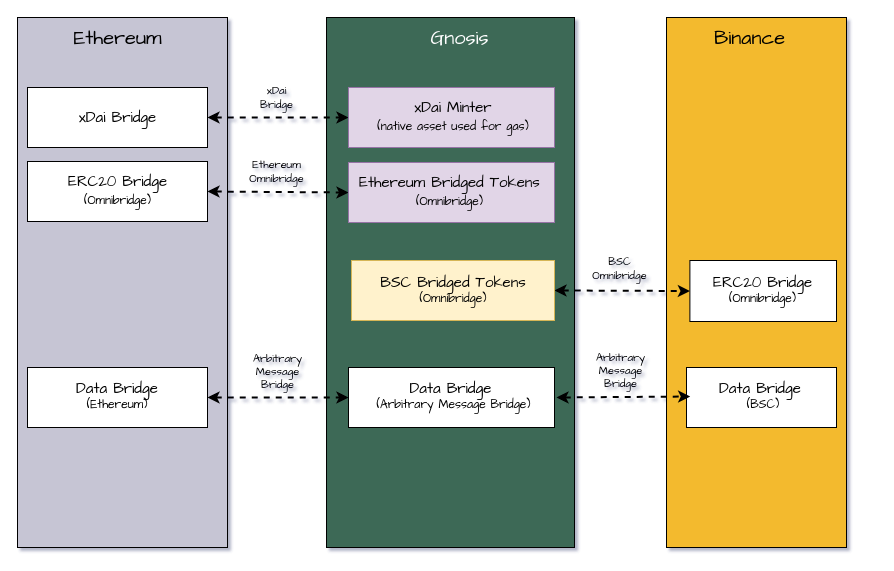
This is docs/bridges/diagrams/bridge-overview.drawio from gnosischain/documentation, a draw.io file, before an edit. Source tidied: cells renumbered, new cells numbered last; positions are measured from the earlier drawing's top-left corner, leaving out a move shared by most shapes. Both pictures are drawn from the tidied source at 100%, with x=0, y=0 at pixel (17, 17).
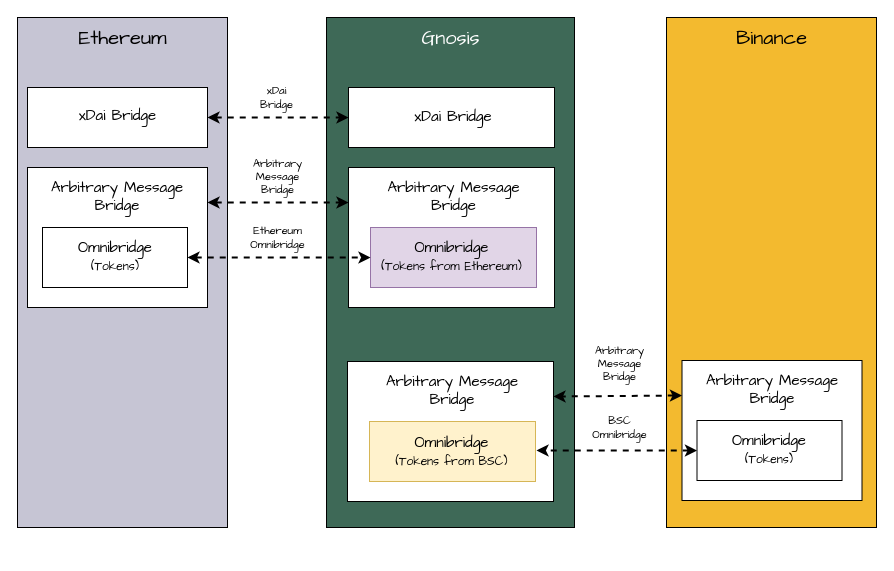
Above is the later version.

What changed in the source:
```diff
@@
-<mxGraphModel background="#ffffff" shadow="1">
+<mxGraphModel background="#ffffff">
@@
     <mxCell id="2" style="rounded=0;whiteSpace=wrap;html=1;fontFamily=Comic Sans MS;labelBackgroundColor=#3E6957;fillColor=#3e6957;" parent="1" vertex="1">
-      <mxGeometry x="309" width="248" height="530" as="geometry" />
+      <mxGeometry x="309" width="248" height="510" as="geometry" />
     </mxCell>
+    <mxCell id="30" style="group;fillColor=#fff2cc;strokeColor=#d6b656;" parent="1" vertex="1">
+      <mxGeometry x="331" y="150" width="206" height="140" as="geometry" />
+    </mxCell>
+    <mxCell id="31" style="rounded=0;whiteSpace=wrap;html=1;fontFamily=Comic Sans MS;" parent="30" vertex="1">
+      <mxGeometry width="206" height="140" as="geometry" />
+    </mxCell>
+    <mxCell id="32" value="&lt;span style=&quot;font-size: 15px&quot;&gt;Arbitrary Message &lt;br&gt;Bridge&lt;/span&gt;" style="text;html=1;strokeColor=none;fillColor=none;align=center;verticalAlign=middle;whiteSpace=wrap;rounded=0;fontFamily=Comic Sans MS;" parent="30" vertex="1">
+      <mxGeometry x="5" y="-6" width="201" height="70" as="geometry" />
+    </mxCell>
     <mxCell id="3" style="rounded=0;whiteSpace=wrap;html=1;fontFamily=Comic Sans MS;fontColor=none;noLabel=1;labelBackgroundColor=none;fillColor=#c6c5d4;" parent="1" vertex="1">
-      <mxGeometry width="210" height="530" as="geometry" />
+      <mxGeometry width="210" height="510" as="geometry" />
     </mxCell>
     <mxCell id="4" value="Ethereum" style="text;html=1;strokeColor=none;fillColor=none;align=center;verticalAlign=middle;whiteSpace=wrap;rounded=0;fontFamily=Comic Sans MS;fontSize=20;" parent="1" vertex="1">
-      <mxGeometry x="32.5" width="135" height="40" as="geometry" />
+      <mxGeometry x="37.5" width="135" height="40" as="geometry" />
     </mxCell>
     <mxCell id="5" value="Gnosis" style="text;html=1;strokeColor=none;fillColor=none;align=center;verticalAlign=middle;whiteSpace=wrap;rounded=0;fontFamily=Comic Sans MS;fontSize=20;fontColor=#FFFFFF;" parent="1" vertex="1">
-      <mxGeometry x="374.5" width="135" height="40" as="geometry" />
+      <mxGeometry x="365.5" width="135" height="40" as="geometry" />
     </mxCell>
     <mxCell id="6" style="rounded=0;whiteSpace=wrap;html=1;fontFamily=Comic Sans MS;labelBackgroundColor=#3E6957;fillColor=#F3BA2F;" parent="1" vertex="1">
-      <mxGeometry x="649" width="180" height="530" as="geometry" />
+      <mxGeometry x="649" width="210" height="510" as="geometry" />
     </mxCell>
     <mxCell id="7" value="&lt;font color=&quot;#000000&quot;&gt;Binance&lt;/font&gt;" style="text;html=1;strokeColor=none;fillColor=none;align=center;verticalAlign=middle;whiteSpace=wrap;rounded=0;fontFamily=Comic Sans MS;fontSize=20;fontColor=#FFFFFF;" parent="1" vertex="1">
-      <mxGeometry x="664.5" width="135" height="40" as="geometry" />
+      <mxGeometry x="686.5" width="135" height="40" as="geometry" />
     </mxCell>
-    <mxCell id="8" value="Arbitrary&lt;br&gt;Message&lt;br&gt;Bridge" style="endArrow=classic;startArrow=classic;html=1;fontFamily=Comic Sans MS;entryX=0;entryY=0.5;entryDx=0;entryDy=0;exitX=1;exitY=0.5;exitDx=0;exitDy=0;dashed=1;strokeWidth=2;labelBackgroundColor=none;" parent="1" edge="1" source="18" target="31">
+    <mxCell id="8" value="Arbitrary&lt;br&gt;Message&lt;br&gt;Bridge" style="endArrow=classic;startArrow=classic;html=1;fontFamily=Comic Sans MS;entryX=0;entryY=0.25;entryDx=0;entryDy=0;exitX=1;exitY=0.25;exitDx=0;exitDy=0;dashed=1;strokeWidth=2;labelBackgroundColor=none;" parent="1" edge="1" source="18" target="31">
       <mxGeometry x="-0.01" y="26" relative="1" as="geometry" />
     </mxCell>
-    <mxCell id="9" value="Ethereum&lt;br&gt;Omnibridge" style="endArrow=classic;startArrow=classic;html=1;fontFamily=Comic Sans MS;entryX=0;entryY=0.5;entryDx=0;entryDy=0;exitX=1;exitY=0.5;exitDx=0;exitDy=0;dashed=1;strokeWidth=2;labelBackgroundColor=none;" parent="1" edge="1" source="15" target="24">
-      <mxGeometry x="-0.02" y="20" relative="1" as="geometry" />
-    </mxCell>
@@
     <mxCell id="11" style="group;" parent="1" vertex="1">
-      <mxGeometry x="10" y="70" width="180" height="60" as="geometry" />
+      <mxGeometry x="10" y="70" width="180" height="70" as="geometry" />
     </mxCell>
@@
     <mxCell id="13" value="xDai Bridge" style="text;html=1;strokeColor=none;fillColor=none;align=center;verticalAlign=middle;whiteSpace=wrap;rounded=0;fontFamily=Comic Sans MS;fontSize=15;" parent="11" vertex="1">
-      <mxGeometry x="10.6" y="15" width="158.8" height="30" as="geometry" />
+      <mxGeometry x="10.6" y="13" width="158.8" height="30" as="geometry" />
     </mxCell>
+    <mxCell id="17" style="group;verticalAlign=top;horizontal=1;" parent="1" vertex="1">
+      <mxGeometry x="10" y="150" width="180" height="140" as="geometry" />
+    </mxCell>
+    <mxCell id="18" style="rounded=0;whiteSpace=wrap;html=1;fontFamily=Comic Sans MS;" parent="17" vertex="1">
+      <mxGeometry width="180" height="140" as="geometry" />
+    </mxCell>
+    <mxCell id="19" value="&lt;span style=&quot;font-size: 15px&quot;&gt;Arbitrary Message Bridge&lt;/span&gt;" style="text;html=1;strokeColor=none;fillColor=none;align=center;verticalAlign=middle;whiteSpace=wrap;rounded=0;fontFamily=Comic Sans MS;" parent="17" vertex="1">
+      <mxGeometry x="10" y="10" width="160" height="37.3" as="geometry" />
+    </mxCell>
-    <mxCell id="14" style="group;" parent="1" vertex="1">
-      <mxGeometry x="10" y="144" width="180" height="60" as="geometry" />
+    <mxCell id="14" style="group;" parent="17" vertex="1">
+      <mxGeometry x="15" y="60" width="145" height="60" as="geometry" />
     </mxCell>
     <mxCell id="15" style="rounded=0;whiteSpace=wrap;html=1;fontFamily=Comic Sans MS;" parent="14" vertex="1">
-      <mxGeometry width="180" height="60" as="geometry" />
+      <mxGeometry width="145" height="60" as="geometry" />
     </mxCell>
-    <mxCell id="16" value="ERC20 Bridge &lt;br&gt;&lt;font style=&quot;font-size: 12px&quot;&gt;(Omnibridge)&lt;/font&gt;" style="text;html=1;strokeColor=none;fillColor=none;align=center;verticalAlign=middle;whiteSpace=wrap;rounded=0;fontFamily=Comic Sans MS;fontSize=15;" parent="14" vertex="1">
-      <mxGeometry x="10.6" y="14" width="158.8" height="30" as="geometry" />
+    <mxCell id="16" value="Omnibridge&lt;br&gt;&lt;font style=&quot;font-size: 12px&quot;&gt;(Tokens)&lt;/font&gt;" style="text;html=1;strokeColor=none;fillColor=none;align=center;verticalAlign=middle;whiteSpace=wrap;rounded=0;fontFamily=Comic Sans MS;fontSize=15;" parent="14" vertex="1">
+      <mxGeometry x="8.5" y="14" width="127.9" height="30" as="geometry" />
     </mxCell>
-    <mxCell id="17" style="group;" parent="1" vertex="1">
-      <mxGeometry x="10" y="350" width="180" height="60" as="geometry" />
-    </mxCell>
-    <mxCell id="18" style="rounded=0;whiteSpace=wrap;html=1;fontFamily=Comic Sans MS;" parent="17" vertex="1">
-      <mxGeometry width="180" height="60" as="geometry" />
-    </mxCell>
-    <mxCell id="19" value="&lt;span style=&quot;font-size: 15px&quot;&gt;Data Bridge&lt;br&gt;&lt;/span&gt;(Ethereum)" style="text;html=1;strokeColor=none;fillColor=none;align=center;verticalAlign=middle;whiteSpace=wrap;rounded=0;fontFamily=Comic Sans MS;" parent="17" vertex="1">
-      <mxGeometry x="10" y="14" width="160" height="30" as="geometry" />
-    </mxCell>
-    <mxCell id="20" style="group;" parent="1" vertex="1">
+    <mxCell id="20" style="group;fillColor=#e1d5e7;strokeColor=#9673a6;" parent="1" vertex="1">
       <mxGeometry x="331" y="70" width="206" height="60" as="geometry" />
     </mxCell>
-    <mxCell id="21" style="rounded=0;whiteSpace=wrap;html=1;fontFamily=Comic Sans MS;fillColor=#e1d5e7;strokeColor=#9673a6;" parent="20" vertex="1">
+    <mxCell id="21" style="rounded=0;whiteSpace=wrap;html=1;fontFamily=Comic Sans MS;" parent="20" vertex="1">
       <mxGeometry width="206" height="60" as="geometry" />
     </mxCell>
-    <mxCell id="22" value="xDai Minter &lt;br&gt;&lt;font style=&quot;font-size: 12px&quot;&gt;(native asset used for gas)&lt;/font&gt;" style="text;html=1;strokeColor=none;fillColor=none;align=center;verticalAlign=middle;whiteSpace=wrap;rounded=0;fontFamily=Comic Sans MS;fontSize=15;" parent="20" vertex="1">
+    <mxCell id="22" value="xDai Bridge" style="text;html=1;strokeColor=none;fillColor=none;align=center;verticalAlign=middle;whiteSpace=wrap;rounded=0;fontFamily=Comic Sans MS;fontSize=15;" parent="20" vertex="1">
       <mxGeometry x="13.4" y="14" width="184.2" height="30" as="geometry" />
     </mxCell>
     <mxCell id="23" style="group;" parent="1" vertex="1">
-      <mxGeometry x="331" y="145" width="206" height="60" as="geometry" />
+      <mxGeometry x="353" y="210" width="166" height="60" as="geometry" />
     </mxCell>
     <mxCell id="24" style="rounded=0;whiteSpace=wrap;html=1;fontFamily=Comic Sans MS;fillColor=#e1d5e7;strokeColor=#9673a6;" parent="23" vertex="1">
-      <mxGeometry width="206" height="60" as="geometry" />
+      <mxGeometry width="166" height="60" as="geometry" />
     </mxCell>
-    <mxCell id="25" value="Ethereum Bridged Tokens&lt;br&gt;&lt;font style=&quot;font-size: 12px&quot;&gt;(Omnibridge)&lt;/font&gt;" style="text;html=1;strokeColor=none;fillColor=none;align=center;verticalAlign=middle;whiteSpace=wrap;rounded=0;fontFamily=Comic Sans MS;fontSize=15;" parent="23" vertex="1">
-      <mxGeometry x="5" y="14" width="192.6" height="30" as="geometry" />
+    <mxCell id="25" value="Omnibridge&lt;br&gt;&lt;font style=&quot;font-size: 12px&quot;&gt;(Tokens from Ethereum)&lt;/font&gt;" style="text;html=1;strokeColor=none;fillColor=none;align=center;verticalAlign=middle;whiteSpace=wrap;rounded=0;fontFamily=Comic Sans MS;fontSize=15;" parent="23" vertex="1">
+      <mxGeometry x="4" y="14" width="155.2" height="30" as="geometry" />
     </mxCell>
+    <mxCell id="9" value="Ethereum&lt;br&gt;Omnibridge" style="endArrow=classic;startArrow=classic;html=1;fontFamily=Comic Sans MS;entryX=0;entryY=0.5;entryDx=0;entryDy=0;exitX=1;exitY=0.5;exitDx=0;exitDy=0;dashed=1;strokeWidth=2;labelBackgroundColor=none;" parent="1" edge="1" source="15" target="24">
+      <mxGeometry x="-0.02" y="20" relative="1" as="geometry" />
+    </mxCell>
+    <mxCell id="40" style="group;fillColor=#fff2cc;strokeColor=#d6b656;" parent="1" vertex="1">
+      <mxGeometry x="330" y="344" width="206" height="140" as="geometry" />
+    </mxCell>
+    <mxCell id="41" style="rounded=0;whiteSpace=wrap;html=1;fontFamily=Comic Sans MS;" parent="40" vertex="1">
+      <mxGeometry width="206" height="140" as="geometry" />
+    </mxCell>
+    <mxCell id="42" value="&lt;span style=&quot;font-size: 15px&quot;&gt;Arbitrary Message &lt;br&gt;Bridge&lt;/span&gt;" style="text;html=1;strokeColor=none;fillColor=none;align=center;verticalAlign=middle;whiteSpace=wrap;rounded=0;fontFamily=Comic Sans MS;" parent="40" vertex="1">
+      <mxGeometry x="20" y="2" width="170" height="54" as="geometry" />
+    </mxCell>
+    <mxCell id="43" value="Arbitrary&lt;br&gt;Message&lt;br&gt;Bridge" style="endArrow=classic;startArrow=classic;html=1;fontFamily=Comic Sans MS;exitX=0;exitY=0.25;exitDx=0;exitDy=0;dashed=1;strokeWidth=2;labelBackgroundColor=none;entryX=1;entryY=0.25;entryDx=0;entryDy=0;" parent="1" edge="1" source="45" target="41">
+      <mxGeometry x="-0.03" y="-32" relative="1" as="geometry" />
+    </mxCell>
+    <mxCell id="44" style="group;verticalAlign=top;horizontal=1;" parent="1" vertex="1">
+      <mxGeometry x="664.5" y="343" width="180" height="140" as="geometry" />
+    </mxCell>
+    <mxCell id="45" style="rounded=0;whiteSpace=wrap;html=1;fontFamily=Comic Sans MS;" parent="44" vertex="1">
+      <mxGeometry width="180" height="140" as="geometry" />
+    </mxCell>
+    <mxCell id="46" value="&lt;span style=&quot;font-size: 15px&quot;&gt;Arbitrary Message Bridge&lt;/span&gt;" style="text;html=1;strokeColor=none;fillColor=none;align=center;verticalAlign=middle;whiteSpace=wrap;rounded=0;fontFamily=Comic Sans MS;" parent="44" vertex="1">
+      <mxGeometry x="10" y="10" width="160" height="37.3" as="geometry" />
+    </mxCell>
+    <mxCell id="47" style="group;" parent="44" vertex="1">
+      <mxGeometry x="15" y="60" width="145" height="60" as="geometry" />
+    </mxCell>
+    <mxCell id="48" style="rounded=0;whiteSpace=wrap;html=1;fontFamily=Comic Sans MS;" parent="47" vertex="1">
+      <mxGeometry width="145" height="60" as="geometry" />
+    </mxCell>
+    <mxCell id="49" value="Omnibridge&lt;br&gt;&lt;font style=&quot;font-size: 12px&quot;&gt;(Tokens)&lt;/font&gt;" style="text;html=1;strokeColor=none;fillColor=none;align=center;verticalAlign=middle;whiteSpace=wrap;rounded=0;fontFamily=Comic Sans MS;fontSize=15;" parent="47" vertex="1">
+      <mxGeometry x="8.5" y="14" width="127.9" height="30" as="geometry" />
+    </mxCell>
+    <mxCell id="50" style="group;" parent="1" vertex="1">
+      <mxGeometry x="352" y="423" width="166" height="60" as="geometry" />
+    </mxCell>
+    <mxCell id="51" style="rounded=0;whiteSpace=wrap;html=1;fontFamily=Comic Sans MS;fillColor=#fff2cc;strokeColor=#d6b656;" parent="50" vertex="1">
+      <mxGeometry y="-19" width="166" height="60" as="geometry" />
+    </mxCell>
+    <mxCell id="52" value="Omnibridge&lt;br&gt;&lt;font style=&quot;font-size: 12px&quot;&gt;(Tokens from BSC)&lt;/font&gt;" style="text;html=1;strokeColor=none;fillColor=none;align=center;verticalAlign=middle;whiteSpace=wrap;rounded=0;fontFamily=Comic Sans MS;fontSize=15;" parent="50" vertex="1">
+      <mxGeometry x="5.4" y="-4" width="155.2" height="30" as="geometry" />
+    </mxCell>
-    <mxCell id="26" value="BSC&lt;br&gt;Omnibridge" style="endArrow=classic;startArrow=classic;html=1;fontFamily=Comic Sans MS;entryX=0;entryY=0.5;entryDx=0;entryDy=0;exitX=1;exitY=0.5;exitDx=0;exitDy=0;strokeWidth=2;dashed=1;labelBackgroundColor=none;" parent="1" edge="1" source="28" target="34">
-      <mxGeometry x="-0.04" y="22" relative="1" as="geometry" />
+    <mxCell id="26" value="BSC&lt;br&gt;Omnibridge" style="endArrow=classic;startArrow=classic;html=1;fontFamily=Comic Sans MS;exitX=0;exitY=0.5;exitDx=0;exitDy=0;dashed=1;strokeWidth=2;labelBackgroundColor=none;" parent="1" edge="1" source="48">
+      <mxGeometry x="-0.02" y="-23" relative="1" as="geometry">
+        <mxPoint x="519" y="433" as="targetPoint" />
+        <mxPoint x="1" as="offset" />
+      </mxGeometry>
     </mxCell>
-    <mxCell id="27" style="group;" parent="1" vertex="1">
-      <mxGeometry x="334" y="243" width="203" height="60" as="geometry" />
-    </mxCell>
-    <mxCell id="28" style="rounded=0;whiteSpace=wrap;html=1;fontFamily=Comic Sans MS;fillColor=#fff2cc;strokeColor=#d6b656;" parent="27" vertex="1">
-      <mxGeometry width="203" height="60" as="geometry" />
-    </mxCell>
-    <mxCell id="29" value="&lt;font&gt;&lt;span style=&quot;font-size: 15px&quot;&gt;BSC Bridged Tokens&lt;/span&gt;&lt;br&gt;&lt;font style=&quot;font-size: 12px&quot;&gt;(Omnibridge)&lt;/font&gt;&lt;br&gt;&lt;/font&gt;" style="text;html=1;strokeColor=none;fillColor=none;align=center;verticalAlign=middle;whiteSpace=wrap;rounded=0;fontFamily=Comic Sans MS;" parent="27" vertex="1">
-      <mxGeometry x="8.5" y="15" width="186.1" height="30" as="geometry" />
-    </mxCell>
-    <mxCell id="30" style="group;" parent="1" vertex="1">
-      <mxGeometry x="331" y="350" width="206" height="60" as="geometry" />
-    </mxCell>
-    <mxCell id="31" style="rounded=0;whiteSpace=wrap;html=1;fontFamily=Comic Sans MS;" parent="30" vertex="1">
-      <mxGeometry width="206" height="60" as="geometry" />
-    </mxCell>
-    <mxCell id="32" value="&lt;span style=&quot;font-size: 15px&quot;&gt;Data Bridge&amp;nbsp;&lt;br&gt;&lt;/span&gt;(Arbitrary Message Bridge)" style="text;html=1;strokeColor=none;fillColor=none;align=center;verticalAlign=middle;whiteSpace=wrap;rounded=0;fontFamily=Comic Sans MS;" parent="30" vertex="1">
-      <mxGeometry x="5" y="14" width="201" height="30" as="geometry" />
-    </mxCell>
-    <mxCell id="33" style="group;" parent="1" vertex="1">
-      <mxGeometry x="672.4" y="243" width="146.6" height="61" as="geometry" />
-    </mxCell>
-    <mxCell id="34" style="rounded=0;whiteSpace=wrap;html=1;fontFamily=Comic Sans MS;" parent="33" vertex="1">
-      <mxGeometry width="146.6" height="61" as="geometry" />
-    </mxCell>
-    <mxCell id="35" value="&lt;font&gt;&lt;span style=&quot;font-size: 15px&quot;&gt;ERC20 Bridge&lt;/span&gt;&lt;br&gt;&lt;font style=&quot;font-size: 12px&quot;&gt;(Omnibridge)&lt;/font&gt;&lt;br&gt;&lt;/font&gt;" style="text;html=1;strokeColor=none;fillColor=none;align=center;verticalAlign=middle;whiteSpace=wrap;rounded=0;fontFamily=Comic Sans MS;" parent="33" vertex="1">
-      <mxGeometry x="4.8" y="15.2" width="137.1" height="30.5" as="geometry" />
-    </mxCell>
-    <mxCell id="36" style="group;" parent="1" vertex="1">
-      <mxGeometry x="669" y="350" width="150" height="60" as="geometry" />
-    </mxCell>
-    <mxCell id="37" style="rounded=0;whiteSpace=wrap;html=1;fontFamily=Comic Sans MS;" parent="36" vertex="1">
-      <mxGeometry width="150" height="60" as="geometry" />
-    </mxCell>
-    <mxCell id="38" value="&lt;span style=&quot;font-size: 15px&quot;&gt;Data Bridge&amp;nbsp;&lt;br&gt;&lt;/span&gt;(BSC)" style="text;html=1;strokeColor=none;fillColor=none;align=center;verticalAlign=middle;whiteSpace=wrap;rounded=0;fontFamily=Comic Sans MS;" parent="36" vertex="1">
-      <mxGeometry x="3.7" y="14" width="146.3" height="30" as="geometry" />
-    </mxCell>
-    <mxCell id="39" value="Arbitrary&lt;br&gt;Message&lt;br&gt;Bridge" style="endArrow=classic;startArrow=classic;html=1;fontFamily=Comic Sans MS;dashed=1;strokeWidth=2;entryX=0;entryY=0.5;entryDx=0;entryDy=0;labelBackgroundColor=none;" parent="1" edge="1" target="38">
-      <mxGeometry x="-0.04" y="27" relative="1" as="geometry">
-        <mxPoint x="539" y="380" as="sourcePoint" />
-      </mxGeometry>
-    </mxCell>
```
